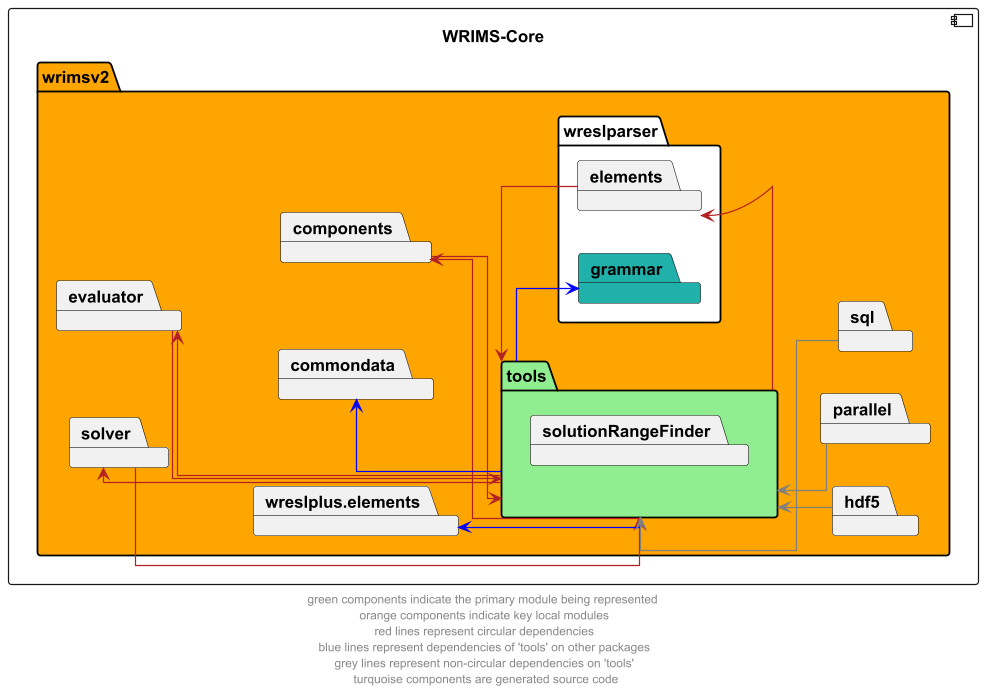
CentralValleyModeling/wrims keeps this PlantUML diagram as docs/diagrams/wrims-core/wrims-core_tools.png. Above is the earlier version.
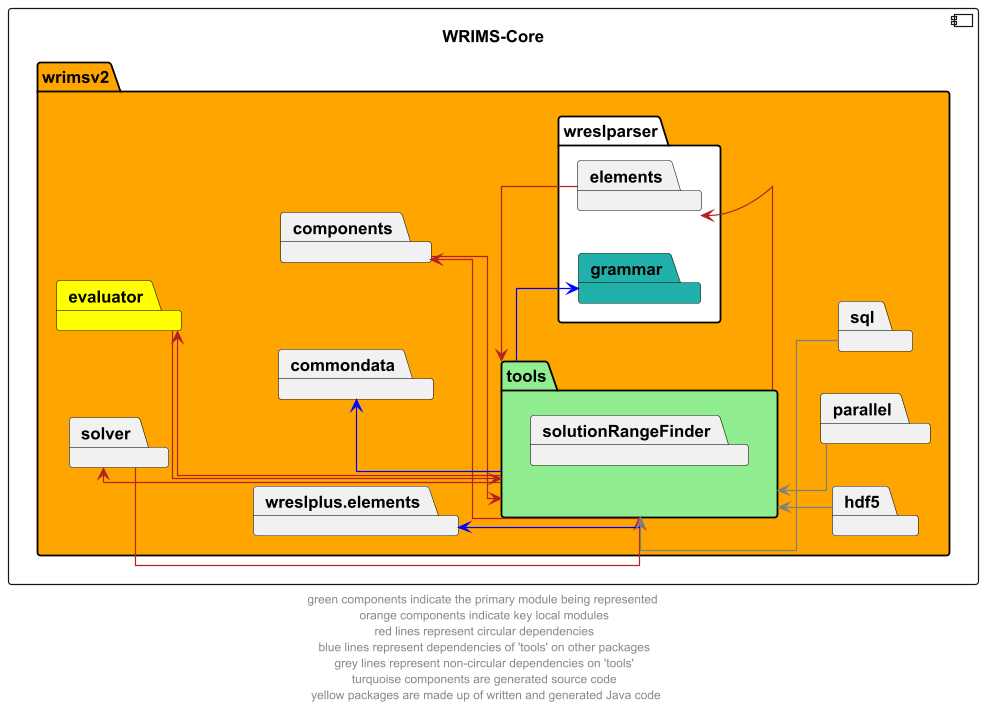
The same diagram one commit later.

Diff of the diagram source:
```diff
@@ -9,7 +9,7 @@
             }
         package commondata
         package components
-        package evaluator
+        package evaluator #yellow
         package solver
         package wreslparser #white {
             package elements
@@ -43,5 +43,5 @@
 components -u[hidden]-> evaluator
 commondata -u[hidden]-> solver
 
-footer "green components indicate the primary module being represented \n orange components indicate key local modules \n red lines represent circular dependencies \n blue lines represent dependencies of 'tools' on other packages \n grey lines represent non-circular dependencies on 'tools' \n turquoise components are generated source code"
+footer "green components indicate the primary module being represented \n orange components indicate key local modules \n red lines represent circular dependencies \n blue lines represent dependencies of 'tools' on other packages \n grey lines represent non-circular dependencies on 'tools' \n turquoise components are generated source code \n yellow packages are made up of written and generated Java code"
 @enduml
```
